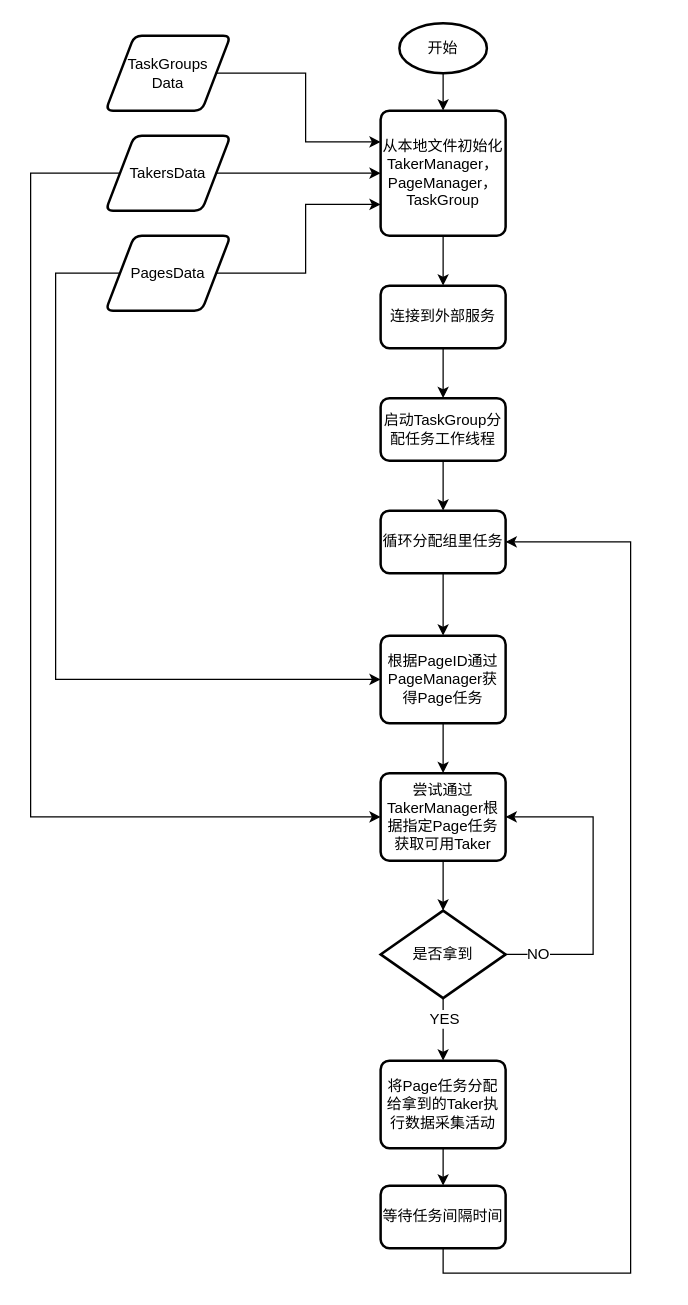
Above: page "采集控制流程" (1 of 3) of Designs.drawio in AugustusGao/CommonReptile (draw.io), before the change. Source tidied: cells renumbered, new cells numbered last; positions are measured from the earlier drawing's top-left corner, leaving out a move shared by most shapes. Both pictures are drawn from the tidied source at 125%, with x=0, y=0 at pixel (30, 22).
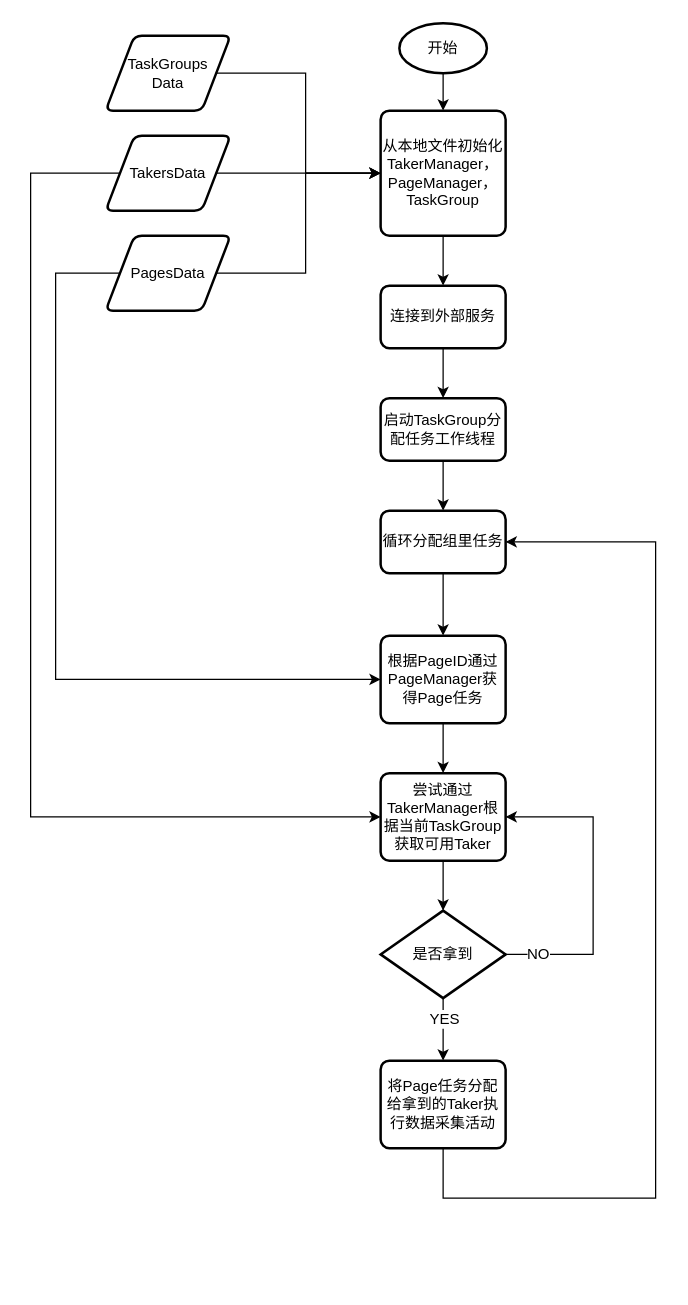
The same page after the edit.

The change refers to these unchanged cells:
```xml
<mxCell id="5" value="从本地文件初始化TakerManager，PageManager，TaskGroup" style="rounded=1;whiteSpace=wrap;html=1;absoluteArcSize=1;arcSize=14;strokeWidth=2;" parent="1" vertex="1">
  <mxGeometry x="280" y="70" width="100" height="100" as="geometry" />
</mxCell>
<mxCell id="11" value="根据PageID通过PageManager获得Page任务" style="rounded=1;whiteSpace=wrap;html=1;absoluteArcSize=1;arcSize=14;strokeWidth=2;" parent="1" vertex="1">
  <mxGeometry x="280" y="490" width="100" height="70" as="geometry" />
</mxCell>
<mxCell id="14" value="PagesData" style="shape=parallelogram;html=1;strokeWidth=2;perimeter=parallelogramPerimeter;whiteSpace=wrap;rounded=1;arcSize=12;size=0.23;" parent="1" vertex="1">
  <mxGeometry x="60" y="170" width="100" height="60" as="geometry" />
</mxCell>
<mxCell id="23" value="将Page任务分配给拿到的Taker执行数据采集活动" style="rounded=1;whiteSpace=wrap;html=1;absoluteArcSize=1;arcSize=14;strokeWidth=2;" parent="1" vertex="1">
  <mxGeometry x="280" y="830" width="100" height="70" as="geometry" />
</mxCell>
<mxCell id="30" value="&lt;span&gt;循环分配组里任务&lt;/span&gt;" style="rounded=1;whiteSpace=wrap;html=1;absoluteArcSize=1;arcSize=14;strokeWidth=2;" parent="1" vertex="1">
  <mxGeometry x="280" y="390" width="100" height="50" as="geometry" />
</mxCell>
<mxCell id="32" value="TaskGroups&lt;br&gt;Data" style="shape=parallelogram;html=1;strokeWidth=2;perimeter=parallelogramPerimeter;whiteSpace=wrap;rounded=1;arcSize=12;size=0.23;" parent="1" vertex="1">
  <mxGeometry x="60" y="10" width="100" height="60" as="geometry" />
</mxCell>
```

The edit, as a diff of the source:
```diff
@@
+    <mxCell id="13" style="edgeStyle=orthogonalEdgeStyle;rounded=0;jettySize=auto;html=1;exitX=0;exitY=0.5;exitDx=0;exitDy=0;entryX=0;entryY=0.5;entryDx=0;entryDy=0;" parent="1" edge="1" source="14" target="11">
+      <mxGeometry relative="1" as="geometry">
+        <Array as="points">
+          <mxPoint x="20" y="200" />
+          <mxPoint x="20" y="525" />
+        </Array>
+      </mxGeometry>
+    </mxCell>
-    <mxCell id="12" style="edgeStyle=orthogonalEdgeStyle;rounded=0;jettySize=auto;html=1;exitX=1;exitY=0.5;exitDx=0;exitDy=0;entryX=0;entryY=0.75;entryDx=0;entryDy=0;" parent="1" edge="1" source="14" target="5">
+    <mxCell id="12" style="edgeStyle=orthogonalEdgeStyle;rounded=0;jettySize=auto;html=1;exitX=1;exitY=0.5;exitDx=0;exitDy=0;entryX=0;entryY=0.5;entryDx=0;entryDy=0;" parent="1" edge="1" source="14" target="5">
       <mxGeometry relative="1" as="geometry" />
     </mxCell>
-    <mxCell id="13" style="edgeStyle=orthogonalEdgeStyle;rounded=0;jettySize=auto;html=1;exitX=0;exitY=0.5;exitDx=0;exitDy=0;entryX=0;entryY=0.5;entryDx=0;entryDy=0;" parent="1" edge="1" source="14" target="11">
-      <mxGeometry relative="1" as="geometry">
-        <Array as="points">
-          <mxPoint x="20" y="200" />
-          <mxPoint x="20" y="525" />
-        </Array>
-      </mxGeometry>
-    </mxCell>
@@
-    <mxCell id="16" value="尝试通过TakerManager根据指定Page任务获取可用Taker" style="rounded=1;whiteSpace=wrap;html=1;absoluteArcSize=1;arcSize=14;strokeWidth=2;" parent="1" vertex="1">
+    <mxCell id="16" value="尝试通过TakerManager根据当前TaskGroup获取可用Taker" style="rounded=1;whiteSpace=wrap;html=1;absoluteArcSize=1;arcSize=14;strokeWidth=2;" parent="1" vertex="1">
       <mxGeometry x="280" y="600" width="100" height="70" as="geometry" />
     </mxCell>
@@
-    <mxCell id="22" style="edgeStyle=orthogonalEdgeStyle;rounded=0;jettySize=auto;html=1;exitX=0.5;exitY=1;exitDx=0;exitDy=0;entryX=0.5;entryY=0;entryDx=0;entryDy=0;" parent="1" edge="1" source="23" target="28">
-      <mxGeometry relative="1" as="geometry" />
+    <mxCell id="22" style="edgeStyle=orthogonalEdgeStyle;rounded=0;jettySize=auto;html=1;exitX=0.5;exitY=1;exitDx=0;exitDy=0;entryX=1;entryY=0.5;entryDx=0;entryDy=0;" parent="1" edge="1" source="23" target="30">
+      <mxGeometry relative="1" as="geometry">
+        <Array as="points">
+          <mxPoint x="330" y="940" />
+          <mxPoint x="500" y="940" />
+          <mxPoint x="500" y="415" />
+        </Array>
+      </mxGeometry>
     </mxCell>
@@
-    <mxCell id="27" style="edgeStyle=orthogonalEdgeStyle;rounded=0;jettySize=auto;html=1;exitX=0.5;exitY=1;exitDx=0;exitDy=0;entryX=1;entryY=0.5;entryDx=0;entryDy=0;" parent="1" edge="1" source="28" target="30">
-      <mxGeometry relative="1" as="geometry">
-        <Array as="points">
-          <mxPoint x="330" y="1000" />
-          <mxPoint x="480" y="1000" />
-          <mxPoint x="480" y="415" />
-        </Array>
-      </mxGeometry>
-    </mxCell>
-    <mxCell id="28" value="等待任务间隔时间" style="rounded=1;whiteSpace=wrap;html=1;absoluteArcSize=1;arcSize=14;strokeWidth=2;" parent="1" vertex="1">
-      <mxGeometry x="280" y="930" width="100" height="50" as="geometry" />
-    </mxCell>
@@
-    <mxCell id="31" style="edgeStyle=orthogonalEdgeStyle;rounded=0;jettySize=auto;html=1;exitX=1;exitY=0.5;exitDx=0;exitDy=0;entryX=0;entryY=0.25;entryDx=0;entryDy=0;" parent="1" edge="1" source="32" target="5">
+    <mxCell id="31" style="edgeStyle=orthogonalEdgeStyle;rounded=0;jettySize=auto;html=1;exitX=1;exitY=0.5;exitDx=0;exitDy=0;entryX=0;entryY=0.5;entryDx=0;entryDy=0;" parent="1" edge="1" source="32" target="5">
       <mxGeometry relative="1" as="geometry" />
     </mxCell>
```
